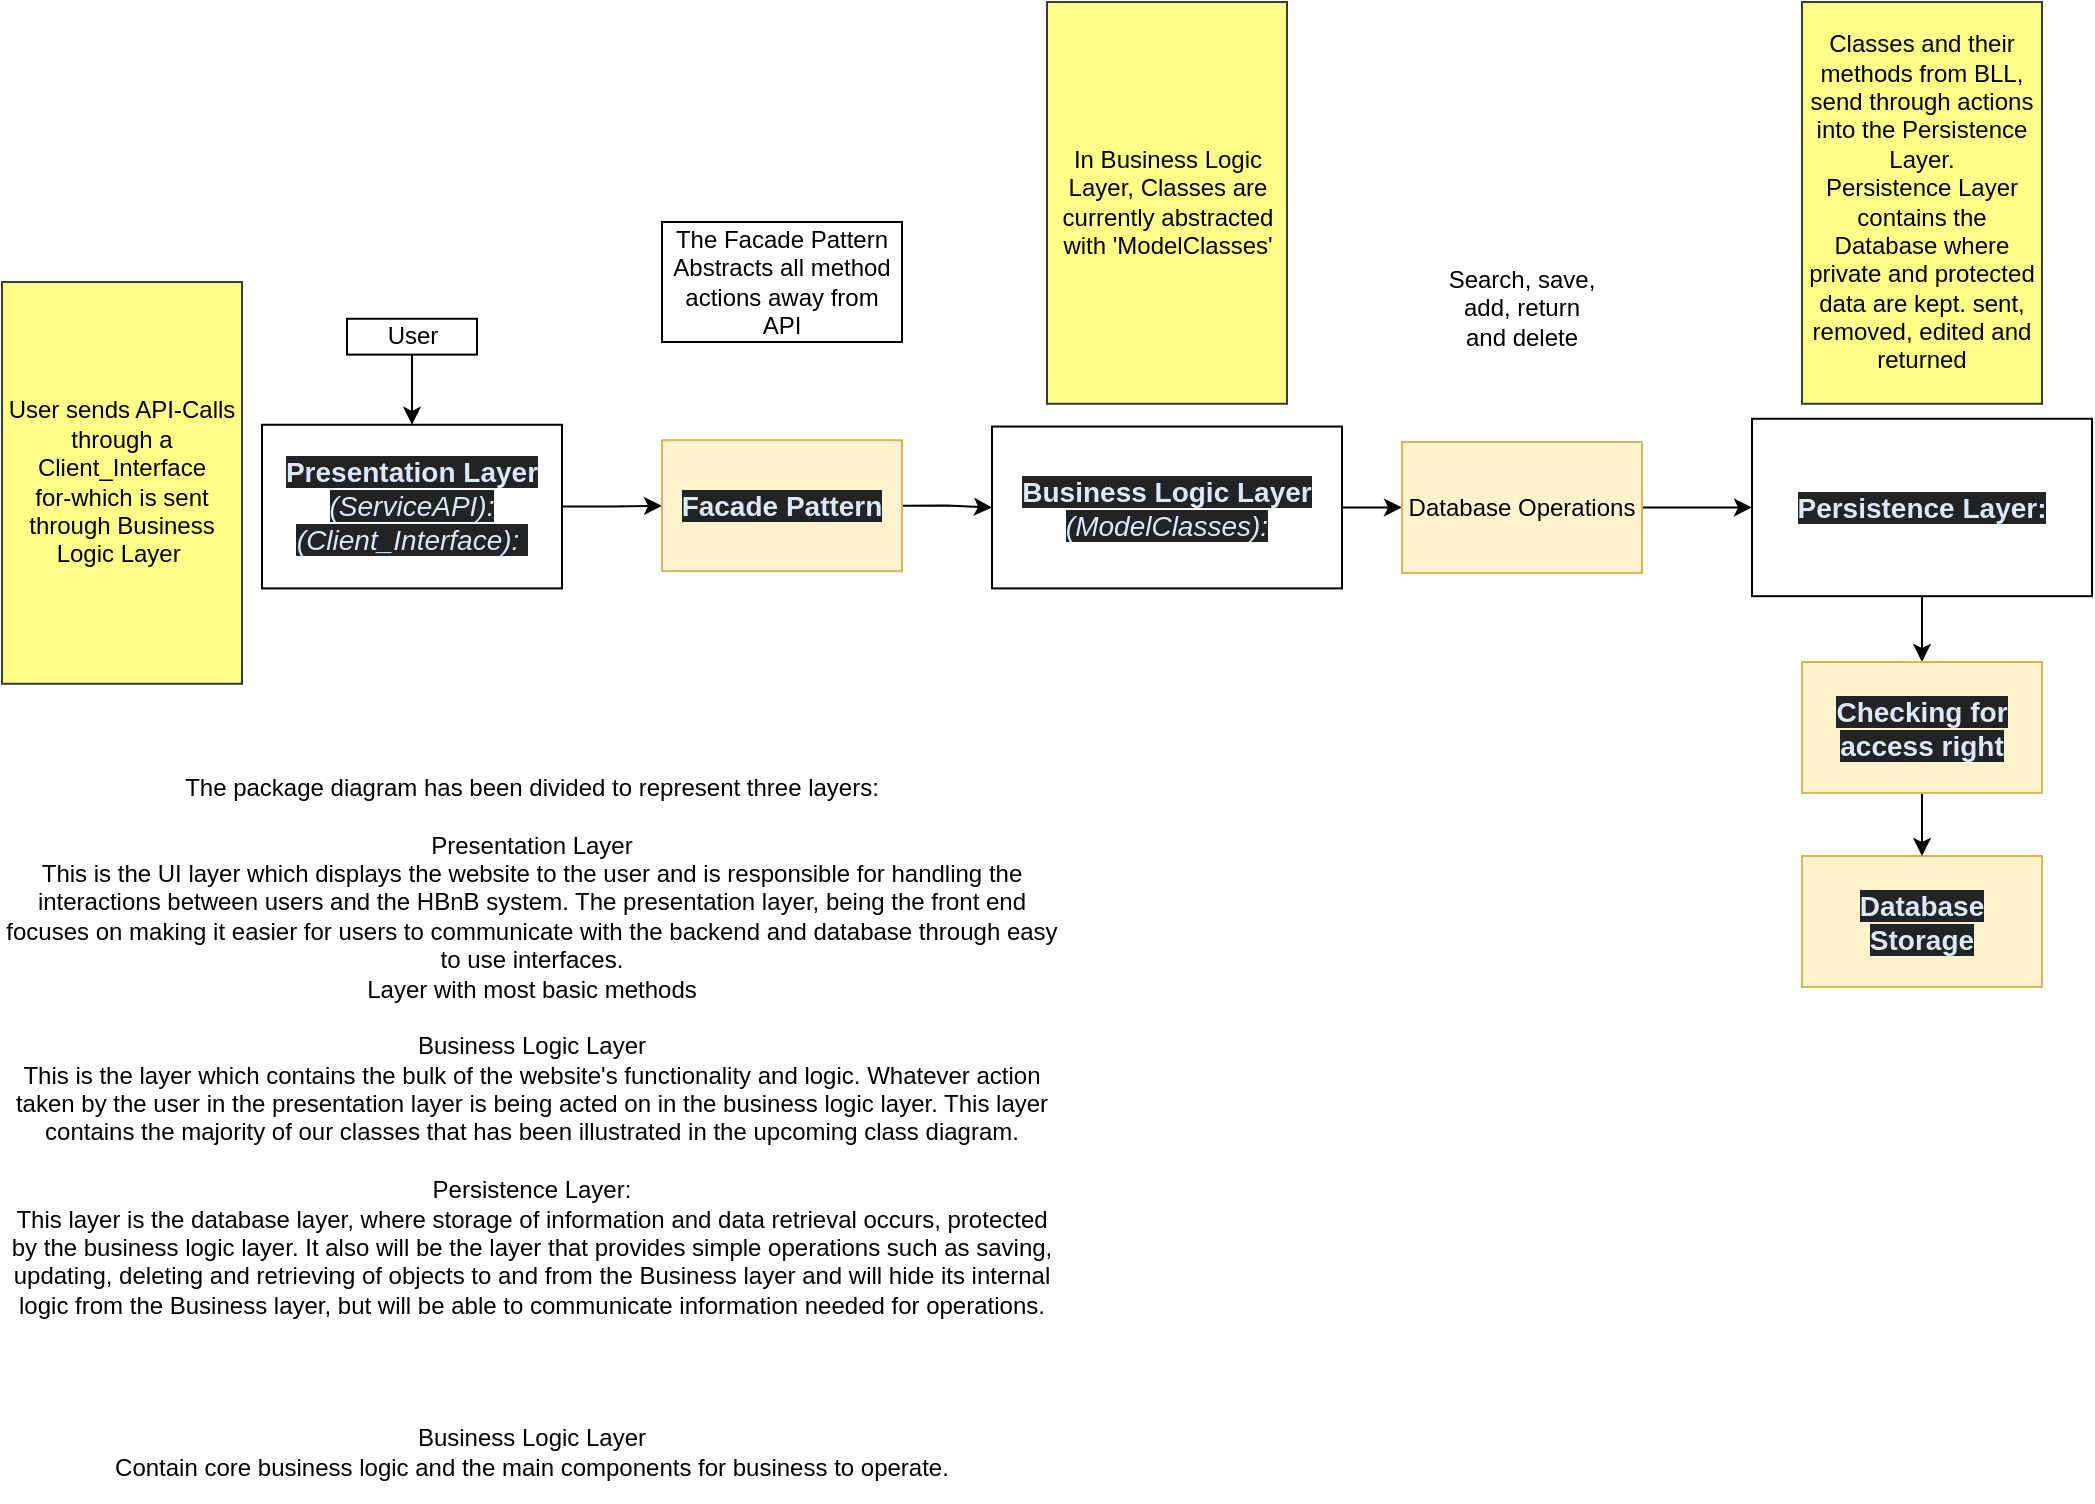
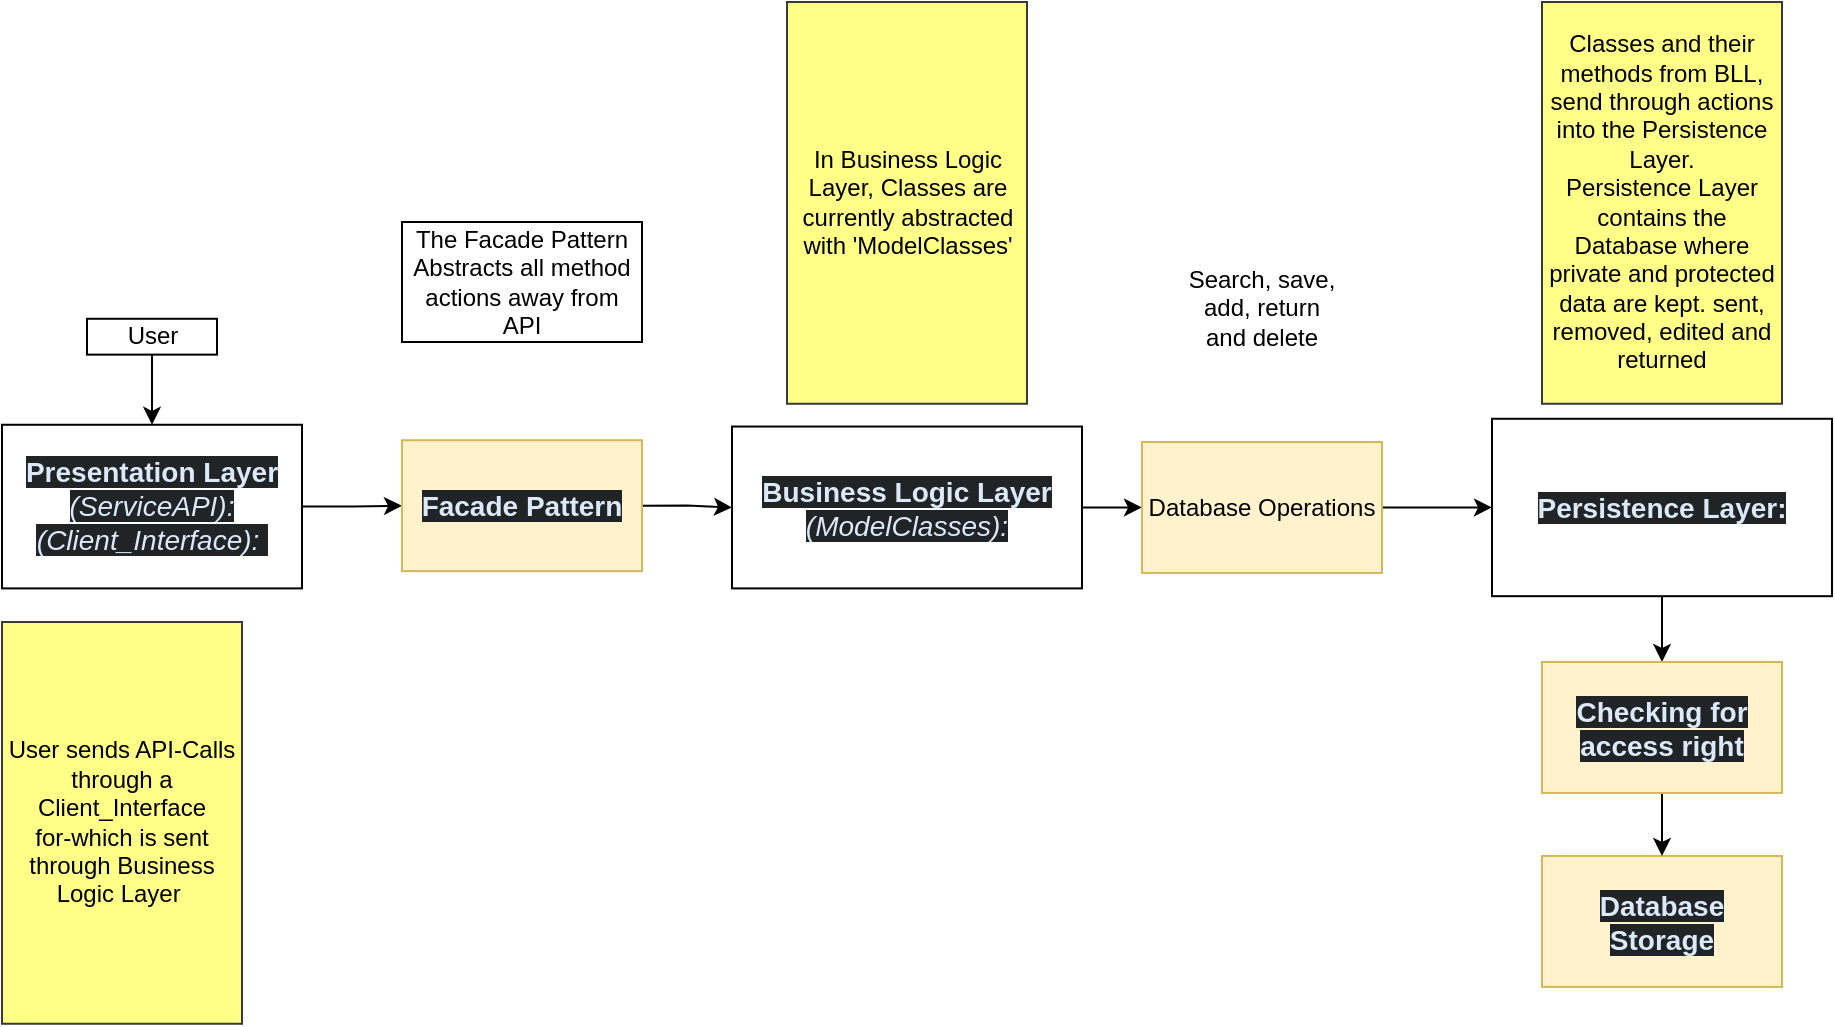
<mxfile host="app.diagrams.net">
  <diagram name="Page-1" id="2KrW7VEhyqmw7Nx4Ttr-">
    <mxGraphModel dx="1856" dy="1028" grid="1" gridSize="10" guides="1" tooltips="1" connect="1" arrows="1" fold="1" page="1" pageScale="1" pageWidth="850" pageHeight="1100" math="0" shadow="0">
      <root>
        <mxCell id="0" />
        <mxCell id="1" parent="0" />
        <mxCell id="vZHe2jEZJALmbnLdjFB--106" edge="1" parent="1" source="vZHe2jEZJALmbnLdjFB--105" style="edgeStyle=orthogonalEdgeStyle;rounded=0;orthogonalLoop=1;jettySize=auto;html=1;entryX=0.5;entryY=0;entryDx=0;entryDy=0;exitX=0.5;exitY=1;exitDx=0;exitDy=0;" target="vZHe2jEZJALmbnLdjFB--6" value="">
          <mxGeometry relative="1" as="geometry">
-             <mxPoint x="360" y="250" as="sourcePoint" />
+             <mxPoint x="-20" y="180" as="sourcePoint" />
          </mxGeometry>
        </mxCell>
        <mxCell id="vZHe2jEZJALmbnLdjFB--6" parent="1" style="rounded=0;whiteSpace=wrap;html=1;" value="&lt;strong style=&quot;box-sizing: border-box; font-weight: bold; scrollbar-color: rgb(95, 99, 104) rgb(49, 54, 60); color: rgb(220, 233, 249); font-family: aktiv-grotesk, sans-serif; font-size: 14px; text-align: start; background-color: rgb(32, 36, 38);&quot;&gt;Presentation Layer &lt;/strong&gt;&lt;span style=&quot;box-sizing: border-box; scrollbar-color: rgb(95, 99, 104) rgb(49, 54, 60); color: rgb(220, 233, 249); font-family: aktiv-grotesk, sans-serif; font-size: 14px; text-align: start; background-color: rgb(32, 36, 38);&quot;&gt;&lt;i&gt;(ServiceAPI):&lt;/i&gt;&lt;/span&gt;&lt;div&gt;&lt;span style=&quot;color: rgb(220, 233, 249); font-family: aktiv-grotesk, sans-serif; font-size: 14px; text-align: start; background-color: rgb(32, 36, 38);&quot;&gt;&lt;i&gt;(Client_Interface):&amp;nbsp;&lt;/i&gt;&lt;/span&gt;&lt;/div&gt;" vertex="1">
-           <mxGeometry height="81.82" width="150" x="400" y="301.38" as="geometry" />
+           <mxGeometry height="81.82" width="150" x="20" y="231.38" as="geometry" />
        </mxCell>
        <mxCell id="vZHe2jEZJALmbnLdjFB--8" edge="1" parent="1" source="vZHe2jEZJALmbnLdjFB--10" style="edgeStyle=orthogonalEdgeStyle;rounded=0;orthogonalLoop=1;jettySize=auto;html=1;exitX=1;exitY=0.5;exitDx=0;exitDy=0;entryX=0;entryY=0.5;entryDx=0;entryDy=0;" target="vZHe2jEZJALmbnLdjFB--39">
          <mxGeometry relative="1" as="geometry" />
        </mxCell>
        <mxCell id="vZHe2jEZJALmbnLdjFB--10" parent="1" style="rounded=0;whiteSpace=wrap;html=1;" value="&lt;span style=&quot;box-sizing: border-box; scrollbar-color: rgb(95, 99, 104) rgb(49, 54, 60); color: rgb(220, 233, 249); font-family: aktiv-grotesk, sans-serif; font-size: 14px; text-align: start; background-color: rgb(32, 36, 38);&quot;&gt;&lt;b&gt;Business Logic Layer &lt;/b&gt;&lt;i style=&quot;&quot;&gt;(ModelClasses):&lt;/i&gt;&lt;/span&gt;" vertex="1">
-           <mxGeometry height="80.93" width="175" x="765" y="302.27" as="geometry" />
+           <mxGeometry height="80.93" width="175" x="385" y="232.26999999999998" as="geometry" />
        </mxCell>
        <mxCell id="vZHe2jEZJALmbnLdjFB--11" edge="1" parent="1" source="vZHe2jEZJALmbnLdjFB--12" style="edgeStyle=orthogonalEdgeStyle;rounded=0;orthogonalLoop=1;jettySize=auto;html=1;exitX=0.5;exitY=1;exitDx=0;exitDy=0;entryX=0.5;entryY=0;entryDx=0;entryDy=0;" target="vZHe2jEZJALmbnLdjFB--102">
          <mxGeometry relative="1" as="geometry" />
        </mxCell>
        <mxCell id="vZHe2jEZJALmbnLdjFB--12" parent="1" style="rounded=0;whiteSpace=wrap;html=1;" value="&lt;strong style=&quot;box-sizing: border-box; font-weight: bold; scrollbar-color: rgb(95, 99, 104) rgb(49, 54, 60); color: rgb(220, 233, 249); font-family: aktiv-grotesk, sans-serif; font-size: 14px; text-align: start; background-color: rgb(32, 36, 38);&quot;&gt;Persistence Layer:&lt;/strong&gt;" vertex="1">
-           <mxGeometry height="88.7" width="170" x="1145" y="298.39" as="geometry" />
+           <mxGeometry height="88.7" width="170" x="765" y="228.39" as="geometry" />
        </mxCell>
        <mxCell id="vZHe2jEZJALmbnLdjFB--29" parent="1" style="rounded=0;whiteSpace=wrap;html=1;align=center;fillColor=#fff2cc;strokeColor=#d6b656;" value="&lt;div style=&quot;&quot;&gt;&lt;font color=&quot;#dce9f9&quot; face=&quot;aktiv-grotesk, sans-serif&quot;&gt;&lt;span style=&quot;font-size: 14px; background-color: rgb(32, 36, 38);&quot;&gt;&lt;b&gt;Database&lt;br&gt;Storage&lt;/b&gt;&lt;/span&gt;&lt;/font&gt;&lt;/div&gt;" vertex="1">
-           <mxGeometry height="65.46" width="120" x="1170" y="517" as="geometry" />
+           <mxGeometry height="65.46" width="120" x="790" y="447" as="geometry" />
        </mxCell>
        <mxCell id="vZHe2jEZJALmbnLdjFB--35" edge="1" parent="1" source="vZHe2jEZJALmbnLdjFB--37" style="edgeStyle=orthogonalEdgeStyle;rounded=0;orthogonalLoop=1;jettySize=auto;html=1;exitX=1;exitY=0.5;exitDx=0;exitDy=0;" target="vZHe2jEZJALmbnLdjFB--10">
          <mxGeometry relative="1" as="geometry">
-             <mxPoint x="750" y="339.5700000000001" as="sourcePoint" />
+             <mxPoint x="370" y="269.5700000000001" as="sourcePoint" />
          </mxGeometry>
        </mxCell>
        <mxCell id="vZHe2jEZJALmbnLdjFB--36" edge="1" parent="1" source="vZHe2jEZJALmbnLdjFB--6" style="edgeStyle=orthogonalEdgeStyle;rounded=0;orthogonalLoop=1;jettySize=auto;html=1;exitX=1;exitY=0.5;exitDx=0;exitDy=0;entryX=0;entryY=0.5;entryDx=0;entryDy=0;" target="vZHe2jEZJALmbnLdjFB--37">
          <mxGeometry relative="1" as="geometry">
-             <mxPoint x="575" y="430" as="targetPoint" />
+             <mxPoint x="195" y="360" as="targetPoint" />
          </mxGeometry>
        </mxCell>
        <mxCell id="vZHe2jEZJALmbnLdjFB--37" parent="1" style="rounded=0;whiteSpace=wrap;html=1;align=center;fillColor=#fff2cc;strokeColor=#d6b656;" value="&lt;div style=&quot;&quot;&gt;&lt;font color=&quot;#dce9f9&quot; face=&quot;aktiv-grotesk, sans-serif&quot;&gt;&lt;span style=&quot;font-size: 14px; background-color: rgb(32, 36, 38);&quot;&gt;&lt;b&gt;Facade Pattern&lt;/b&gt;&lt;/span&gt;&lt;/font&gt;&lt;/div&gt;" vertex="1">
-           <mxGeometry height="65.46" width="120" x="600" y="309.11999999999995" as="geometry" />
+           <mxGeometry height="65.46" width="120" x="220" y="239.11999999999995" as="geometry" />
        </mxCell>
        <mxCell id="vZHe2jEZJALmbnLdjFB--38" edge="1" parent="1" source="vZHe2jEZJALmbnLdjFB--39" style="edgeStyle=orthogonalEdgeStyle;rounded=0;orthogonalLoop=1;jettySize=auto;html=1;exitX=1;exitY=0.5;exitDx=0;exitDy=0;entryX=0;entryY=0.5;entryDx=0;entryDy=0;" target="vZHe2jEZJALmbnLdjFB--12">
          <mxGeometry relative="1" as="geometry" />
        </mxCell>
        <mxCell id="vZHe2jEZJALmbnLdjFB--39" parent="1" style="rounded=0;whiteSpace=wrap;html=1;align=center;fillColor=#fff2cc;strokeColor=#d6b656;" value="Database Operations" vertex="1">
-           <mxGeometry height="65.46" width="120" x="970" y="310.01" as="geometry" />
+           <mxGeometry height="65.46" width="120" x="590" y="240.01" as="geometry" />
        </mxCell>
        <mxCell id="vZHe2jEZJALmbnLdjFB--101" edge="1" parent="1" source="vZHe2jEZJALmbnLdjFB--102" style="edgeStyle=orthogonalEdgeStyle;rounded=0;orthogonalLoop=1;jettySize=auto;html=1;exitX=0.5;exitY=1;exitDx=0;exitDy=0;entryX=0.5;entryY=0;entryDx=0;entryDy=0;" target="vZHe2jEZJALmbnLdjFB--29">
          <mxGeometry relative="1" as="geometry">
-             <mxPoint x="1460" y="530" as="targetPoint" />
+             <mxPoint x="1080" y="460" as="targetPoint" />
          </mxGeometry>
        </mxCell>
        <mxCell id="vZHe2jEZJALmbnLdjFB--102" parent="1" style="rounded=0;whiteSpace=wrap;html=1;align=center;fillColor=#fff2cc;strokeColor=#d6b656;" value="&lt;div style=&quot;&quot;&gt;&lt;font color=&quot;#dce9f9&quot; face=&quot;aktiv-grotesk, sans-serif&quot;&gt;&lt;span style=&quot;font-size: 14px; background-color: rgb(32, 36, 38);&quot;&gt;&lt;b&gt;Checking for access right&lt;/b&gt;&lt;/span&gt;&lt;/font&gt;&lt;/div&gt;" vertex="1">
-           <mxGeometry height="65.46" width="120" x="1170" y="420" as="geometry" />
+           <mxGeometry height="65.46" width="120" x="790" y="350" as="geometry" />
        </mxCell>
        <mxCell id="vZHe2jEZJALmbnLdjFB--105" parent="1" style="whiteSpace=wrap;html=1;rounded=0;" value="User" vertex="1">
-           <mxGeometry height="17.92" width="65" x="442.5" y="248.39" as="geometry" />
+           <mxGeometry height="17.92" width="65" x="62.5" y="178.39" as="geometry" />
        </mxCell>
        <mxCell id="WIsYPLuYnzwIEppj4hiX-1" parent="1" style="rounded=0;whiteSpace=wrap;html=1;fillColor=light-dark(#FFFF88,#FFFF63);strokeColor=#36393d;fontColor=light-dark(#000000,#000000);" value="User sends API-Calls through a Client_Interface&lt;br&gt;for-which is sent through Business Logic Layer&amp;nbsp;" vertex="1">
-           <mxGeometry height="200.88" width="120" x="270" y="230" as="geometry" />
+           <mxGeometry height="200.88" width="120" x="20" y="330" as="geometry" />
        </mxCell>
        <mxCell id="WIsYPLuYnzwIEppj4hiX-2" parent="1" style="rounded=0;whiteSpace=wrap;html=1;fillColor=light-dark(#FFFF88,#FFFF63);strokeColor=#36393d;fontColor=light-dark(#000000,#000000);" value="In Business Logic Layer, Classes are currently abstracted with &#39;ModelClasses&#39;" vertex="1">
-           <mxGeometry height="200.88" width="120" x="792.5" y="90" as="geometry" />
+           <mxGeometry height="200.88" width="120" x="412.5" y="20" as="geometry" />
        </mxCell>
        <mxCell id="WIsYPLuYnzwIEppj4hiX-3" parent="1" style="rounded=0;whiteSpace=wrap;html=1;fillColor=light-dark(#FFFF88,#FFFF63);strokeColor=#36393d;fontColor=light-dark(#000000,#000000);" value="Classes and their methods from BLL,&lt;br&gt;send through actions into the Persistence Layer.&lt;br&gt;Persistence Layer contains the Database where private and protected data are kept. sent, removed, edited and returned" vertex="1">
-           <mxGeometry height="200.88" width="120" x="1170" y="90" as="geometry" />
+           <mxGeometry height="200.88" width="120" x="790" y="20" as="geometry" />
        </mxCell>
        <mxCell id="jcnPVMmyGXToek09mdS7-1" parent="1" style="rounded=0;whiteSpace=wrap;html=1;fillColor=light-dark(#FFFFFF,#FFF200);fontColor=light-dark(#000000,#000000);" value="The Facade Pattern Abstracts all method actions away from API" vertex="1">
-           <mxGeometry height="60" width="120" x="600" y="200" as="geometry" />
-         </mxCell>
-         <mxCell id="3AgvAKh3npFNZkdtQLno-1" parent="1" style="text;html=1;whiteSpace=wrap;strokeColor=none;fillColor=none;align=center;verticalAlign=middle;rounded=0;" value="The package diagram has been divided to represent three layers:&lt;br&gt;&lt;br&gt;Presentation Layer&lt;div&gt;This is the UI layer which displays the website to the user and is responsible for handling the interactions between users and the HBnB system. The presentation layer, being the front end focuses on making it easier for users to communicate with the backend and database through easy to use interfaces.&lt;br&gt;Layer with most basic methods&lt;br&gt;&lt;br&gt;Business Logic Layer&lt;div&gt;This is the layer which contains the bulk of the website&#39;s functionality and logic. Whatever action taken by the user in the presentation layer is being acted on in the business logic layer. This layer contains the majority of our classes that has been illustrated in the upcoming class diagram.&lt;/div&gt;&lt;div&gt;&lt;br&gt;&lt;/div&gt;&lt;div&gt;Persistence Layer:&lt;/div&gt;&lt;div&gt;This layer is the database layer, where storage of information and data retrieval occurs, protected by the business logic layer. It also will be the layer that provides simple operations such as saving, updating, deleting and retrieving of objects to and from the Business layer and will hide its internal logic from the Business layer, but will be able to communicate information needed for operations.&lt;/div&gt;&lt;/div&gt;" vertex="1">
-           <mxGeometry height="303" width="530" x="270" y="460" as="geometry" />
-         </mxCell>
-         <mxCell id="W_o3C3PsjH2Ao98SipCb-2" parent="1" style="text;html=1;whiteSpace=wrap;strokeColor=none;fillColor=none;align=center;verticalAlign=middle;rounded=0;" value="Business Logic Layer&lt;div&gt;Contain core business logic and the main components for business to operate.&lt;/div&gt;" vertex="1">
-           <mxGeometry height="50" width="530" x="270" y="790" as="geometry" />
+           <mxGeometry height="60" width="120" x="220" y="130" as="geometry" />
        </mxCell>
        <mxCell id="Krj6psJROP2RNWawIp8D-1" parent="1" style="text;html=1;whiteSpace=wrap;strokeColor=none;fillColor=light-dark(#FFFFFF,#FFCE02);align=center;verticalAlign=middle;rounded=0;fontColor=light-dark(#000000,#000000);" value="Search, save, add, return&lt;br&gt;and delete" vertex="1">
-           <mxGeometry height="110" width="80" x="990" y="188.39" as="geometry" />
+           <mxGeometry height="110" width="80" x="610" y="118.38999999999999" as="geometry" />
        </mxCell>
      </root>
    </mxGraphModel>
  </diagram>
</mxfile>
